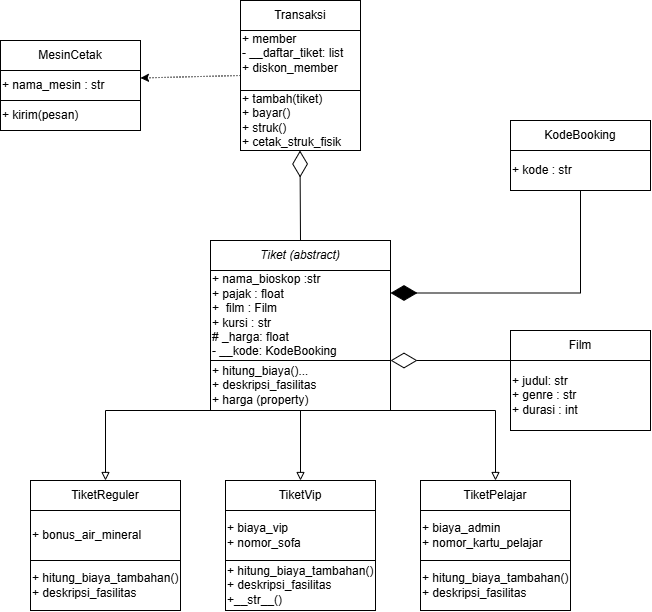
Earlier version of the draw.io export Posttest/Posttest-3/class_diagram_bioskop.png (Ahmad-Afif-4707/Praktikum-PBO). Source tidied: cells renumbered, new cells last; positions are measured from the earlier drawing's top-left corner, leaving out a move shared by most shapes. Source of this version:
```xml
<mxGraphModel>
  <root>
    <mxCell id="0" />
    <mxCell id="1" parent="0" />
    <mxCell id="2" value="Transaksi" style="rounded=0;whiteSpace=wrap;html=1;" parent="1" vertex="1">
      <mxGeometry x="240" width="120" height="30" as="geometry" />
    </mxCell>
    <mxCell id="3" style="edgeStyle=orthogonalEdgeStyle;rounded=0;orthogonalLoop=1;jettySize=auto;html=1;innerLoopWaypoints=1;exitX=0.5;exitY=1;exitDx=0;exitDy=0;defaultLabelBackgroundColor=page;" parent="1" edge="1" source="2" target="2">
      <mxGeometry relative="1" as="geometry" />
    </mxCell>
    <mxCell id="4" value="+ member&lt;div&gt;- __daftar_tiket: list&lt;/div&gt;&lt;div&gt;+ diskon_member&lt;/div&gt;&lt;div&gt;&lt;br&gt;&lt;/div&gt;" style="rounded=0;whiteSpace=wrap;html=1;align=left;" parent="1" vertex="1">
      <mxGeometry x="240" y="30" width="120" height="60" as="geometry" />
    </mxCell>
    <mxCell id="5" value="+ tambah(tiket)&lt;div&gt;+ bayar()&lt;/div&gt;&lt;div&gt;+ struk()&lt;/div&gt;&lt;div&gt;+ cetak_struk_fisik&lt;/div&gt;" style="rounded=0;whiteSpace=wrap;html=1;align=left;" parent="1" vertex="1">
      <mxGeometry x="240" y="90" width="120" height="60" as="geometry" />
    </mxCell>
    <mxCell id="6" value="&lt;i&gt;Tiket (abstract)&lt;/i&gt;" style="rounded=0;whiteSpace=wrap;html=1;" parent="1" vertex="1">
      <mxGeometry x="210" y="240" width="180" height="30" as="geometry" />
    </mxCell>
    <mxCell id="7" style="edgeStyle=orthogonalEdgeStyle;rounded=0;orthogonalLoop=1;jettySize=auto;html=1;innerLoopWaypoints=1;exitX=0.5;exitY=1;exitDx=0;exitDy=0;defaultLabelBackgroundColor=page;" parent="1" edge="1" source="6" target="6">
      <mxGeometry relative="1" as="geometry" />
    </mxCell>
    <mxCell id="8" value="+ nama_bioskop :str&lt;div&gt;+ pajak : float&lt;/div&gt;&lt;div&gt;+&amp;nbsp; film : Film&lt;/div&gt;&lt;div&gt;+ kursi : str&lt;/div&gt;&lt;div&gt;# _harga: float&lt;/div&gt;&lt;div&gt;- __kode: KodeBooking&lt;/div&gt;" style="rounded=0;whiteSpace=wrap;html=1;align=left;" parent="1" vertex="1">
      <mxGeometry x="210" y="270" width="180" height="90" as="geometry" />
    </mxCell>
    <mxCell id="9" value="+ hitung_biaya()...&lt;div&gt;+ deskripsi_fasilitas&lt;/div&gt;&lt;div&gt;+ harga (property)&lt;/div&gt;" style="rounded=0;whiteSpace=wrap;html=1;align=left;" parent="1" vertex="1">
      <mxGeometry x="210" y="360" width="180" height="50" as="geometry" />
    </mxCell>
    <mxCell id="10" value="KodeBooking" style="rounded=0;whiteSpace=wrap;html=1;" parent="1" vertex="1">
      <mxGeometry x="510" y="120" width="140" height="30" as="geometry" />
    </mxCell>
    <mxCell id="11" style="edgeStyle=orthogonalEdgeStyle;rounded=0;orthogonalLoop=1;jettySize=auto;html=1;innerLoopWaypoints=1;exitX=0.5;exitY=1;exitDx=0;exitDy=0;defaultLabelBackgroundColor=page;" parent="1" edge="1" source="10" target="10">
      <mxGeometry relative="1" as="geometry" />
    </mxCell>
    <mxCell id="12" value="&lt;div&gt;+ kode : str&lt;/div&gt;" style="rounded=0;whiteSpace=wrap;html=1;align=left;" parent="1" vertex="1">
      <mxGeometry x="510" y="150" width="140" height="40" as="geometry" />
    </mxCell>
    <mxCell id="13" value="Film" style="rounded=0;whiteSpace=wrap;html=1;" parent="1" vertex="1">
      <mxGeometry x="510" y="330" width="140" height="30" as="geometry" />
    </mxCell>
    <mxCell id="14" style="edgeStyle=orthogonalEdgeStyle;rounded=0;orthogonalLoop=1;jettySize=auto;html=1;innerLoopWaypoints=1;exitX=0.5;exitY=1;exitDx=0;exitDy=0;defaultLabelBackgroundColor=page;" parent="1" edge="1" source="13" target="13">
      <mxGeometry relative="1" as="geometry" />
    </mxCell>
    <mxCell id="15" value="&lt;div&gt;+ judul: str&lt;/div&gt;&lt;div&gt;+ genre : str&lt;/div&gt;&lt;div&gt;+ durasi : int&lt;/div&gt;" style="rounded=0;whiteSpace=wrap;html=1;align=left;" parent="1" vertex="1">
      <mxGeometry x="510" y="360" width="140" height="70" as="geometry" />
    </mxCell>
    <mxCell id="16" value="TiketReguler" style="rounded=0;whiteSpace=wrap;html=1;" parent="1" vertex="1">
      <mxGeometry x="30" y="480" width="150" height="30" as="geometry" />
    </mxCell>
    <mxCell id="17" style="edgeStyle=orthogonalEdgeStyle;rounded=0;orthogonalLoop=1;jettySize=auto;html=1;innerLoopWaypoints=1;exitX=0.5;exitY=1;exitDx=0;exitDy=0;defaultLabelBackgroundColor=page;" parent="1" edge="1" source="16" target="16">
      <mxGeometry relative="1" as="geometry" />
    </mxCell>
    <mxCell id="18" value="+ bonus_air_mineral" style="rounded=0;whiteSpace=wrap;html=1;align=left;" parent="1" vertex="1">
      <mxGeometry x="30" y="510" width="150" height="50" as="geometry" />
    </mxCell>
    <mxCell id="19" value="+ hitung_biaya_tambahan()&lt;div&gt;+ deskripsi_fasilitas&lt;/div&gt;" style="rounded=0;whiteSpace=wrap;html=1;align=left;" parent="1" vertex="1">
      <mxGeometry x="30" y="560" width="150" height="50" as="geometry" />
    </mxCell>
    <mxCell id="20" value="TiketVip" style="rounded=0;whiteSpace=wrap;html=1;" parent="1" vertex="1">
      <mxGeometry x="225" y="480" width="150" height="30" as="geometry" />
    </mxCell>
    <mxCell id="21" style="edgeStyle=orthogonalEdgeStyle;rounded=0;orthogonalLoop=1;jettySize=auto;html=1;innerLoopWaypoints=1;exitX=0.5;exitY=1;exitDx=0;exitDy=0;defaultLabelBackgroundColor=page;" parent="1" edge="1" source="20" target="20">
      <mxGeometry relative="1" as="geometry" />
    </mxCell>
    <mxCell id="22" value="+ biaya_vip&lt;div&gt;+ nomor_sofa&lt;/div&gt;" style="rounded=0;whiteSpace=wrap;html=1;align=left;" parent="1" vertex="1">
      <mxGeometry x="225" y="510" width="150" height="50" as="geometry" />
    </mxCell>
    <mxCell id="23" value="+ hitung_biaya_tambahan()&lt;div&gt;+ deskripsi_fasilitas&lt;/div&gt;&lt;div&gt;+__str__()&lt;/div&gt;" style="rounded=0;whiteSpace=wrap;html=1;align=left;" parent="1" vertex="1">
      <mxGeometry x="225" y="560" width="150" height="50" as="geometry" />
    </mxCell>
    <mxCell id="24" value="TiketPelajar" style="rounded=0;whiteSpace=wrap;html=1;" parent="1" vertex="1">
      <mxGeometry x="420" y="480" width="150" height="30" as="geometry" />
    </mxCell>
    <mxCell id="25" style="edgeStyle=orthogonalEdgeStyle;rounded=0;orthogonalLoop=1;jettySize=auto;html=1;innerLoopWaypoints=1;exitX=0.5;exitY=1;exitDx=0;exitDy=0;defaultLabelBackgroundColor=page;" parent="1" edge="1" source="24" target="24">
      <mxGeometry relative="1" as="geometry" />
    </mxCell>
    <mxCell id="26" value="+ biaya_admin&lt;div&gt;+ nomor_kartu_pelajar&lt;/div&gt;" style="rounded=0;whiteSpace=wrap;html=1;align=left;" parent="1" vertex="1">
      <mxGeometry x="420" y="510" width="150" height="50" as="geometry" />
    </mxCell>
    <mxCell id="27" value="+ hitung_biaya_tambahan()&lt;div&gt;+ deskripsi_fasilitas&lt;/div&gt;" style="rounded=0;whiteSpace=wrap;html=1;align=left;" parent="1" vertex="1">
      <mxGeometry x="420" y="560" width="150" height="50" as="geometry" />
    </mxCell>
    <mxCell id="28" value="MesinCetak" style="rounded=0;whiteSpace=wrap;html=1;" parent="1" vertex="1">
      <mxGeometry y="40" width="140" height="30" as="geometry" />
    </mxCell>
    <mxCell id="29" style="edgeStyle=orthogonalEdgeStyle;rounded=0;orthogonalLoop=1;jettySize=auto;html=1;innerLoopWaypoints=1;exitX=0.5;exitY=1;exitDx=0;exitDy=0;defaultLabelBackgroundColor=page;" parent="1" edge="1" source="28" target="28">
      <mxGeometry relative="1" as="geometry" />
    </mxCell>
    <mxCell id="30" value="+ nama_mesin : str" style="rounded=0;whiteSpace=wrap;html=1;align=left;" parent="1" vertex="1">
      <mxGeometry y="70" width="140" height="30" as="geometry" />
    </mxCell>
    <mxCell id="31" value="+ kirim(pesan)" style="rounded=0;whiteSpace=wrap;html=1;align=left;" parent="1" vertex="1">
      <mxGeometry y="100" width="140" height="30" as="geometry" />
    </mxCell>
    <mxCell id="32" style="endArrow=block;html=1;rounded=0;defaultLabelBackgroundColor=page;endFill=0;exitX=0.5;exitY=1;exitDx=0;exitDy=0;entryX=0.5;entryY=0;entryDx=0;entryDy=0;" parent="1" edge="1" source="9" target="20">
      <mxGeometry relative="1" as="geometry" />
    </mxCell>
    <mxCell id="33" style="endArrow=block;html=1;rounded=0;defaultLabelBackgroundColor=page;endFill=0;entryX=0.5;entryY=0;entryDx=0;entryDy=0;exitX=0.5;exitY=1;exitDx=0;exitDy=0;" parent="1" edge="1" source="9" target="16">
      <mxGeometry x="-0.02" relative="1" as="geometry">
        <Array as="points">
          <mxPoint x="105" y="410" />
        </Array>
      </mxGeometry>
    </mxCell>
    <mxCell id="34" style="endArrow=block;html=1;rounded=0;defaultLabelBackgroundColor=page;endFill=0;entryX=0.5;entryY=0;entryDx=0;entryDy=0;exitX=0.5;exitY=1;exitDx=0;exitDy=0;" parent="1" edge="1" source="9" target="24">
      <mxGeometry x="-0.02" relative="1" as="geometry">
        <Array as="points">
          <mxPoint x="495" y="410" />
        </Array>
      </mxGeometry>
    </mxCell>
    <mxCell id="35" style="endArrow=classic;html=1;rounded=0;defaultLabelBackgroundColor=page;dashed=1;dashPattern=1 2;exitX=0;exitY=0.75;exitDx=0;exitDy=0;entryX=1;entryY=0.25;entryDx=0;entryDy=0;" parent="1" edge="1" source="4" target="30">
      <mxGeometry relative="1" as="geometry" />
    </mxCell>
    <mxCell id="36" style="endArrow=diamondThin;endFill=1;endSize=24;html=1;rounded=0;defaultLabelBackgroundColor=page;entryX=1;entryY=0.25;entryDx=0;entryDy=0;exitX=0.5;exitY=1;exitDx=0;exitDy=0;" parent="1" edge="1" source="12" target="8">
      <mxGeometry relative="1" as="geometry">
        <Array as="points">
          <mxPoint x="580" y="292.5" />
        </Array>
      </mxGeometry>
    </mxCell>
    <mxCell id="37" style="endArrow=diamondThin;endFill=0;endSize=24;html=1;rounded=0;defaultLabelBackgroundColor=page;entryX=0.5;entryY=1;entryDx=0;entryDy=0;exitX=0.5;exitY=0;exitDx=0;exitDy=0;" parent="1" edge="1" source="6">
      <mxGeometry relative="1" as="geometry">
        <mxPoint x="299.5" y="150" as="targetPoint" />
      </mxGeometry>
    </mxCell>
    <mxCell id="38" style="endArrow=diamondThin;endFill=0;endSize=24;html=1;rounded=0;defaultLabelBackgroundColor=page;entryX=1;entryY=1;entryDx=0;entryDy=0;exitX=0;exitY=0;exitDx=0;exitDy=0;" parent="1" edge="1" source="15" target="8">
      <mxGeometry relative="1" as="geometry" />
    </mxCell>
  </root>
</mxGraphModel>
```
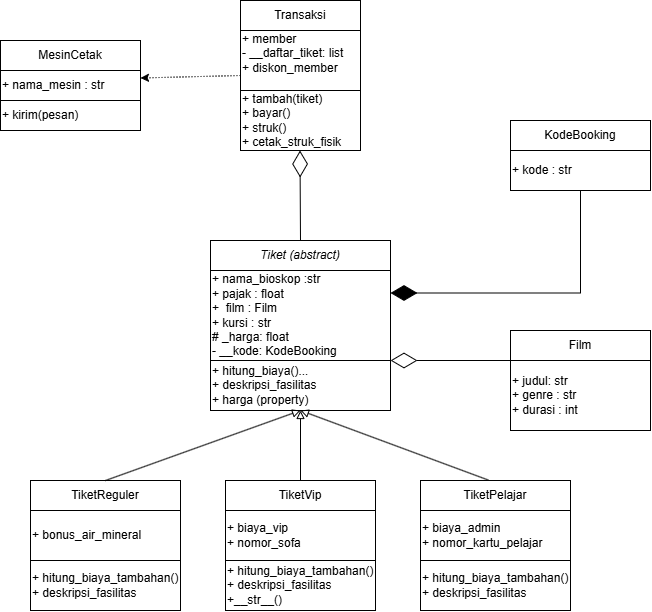
After the commit.

Commit message:
perbaikan diagram

Change to the diagram source:
```diff
@@ -92,23 +92,6 @@
     <mxCell id="31" value="+ kirim(pesan)" style="rounded=0;whiteSpace=wrap;html=1;align=left;" parent="1" vertex="1">
       <mxGeometry y="100" width="140" height="30" as="geometry" />
     </mxCell>
-    <mxCell id="32" style="endArrow=block;html=1;rounded=0;defaultLabelBackgroundColor=page;endFill=0;exitX=0.5;exitY=1;exitDx=0;exitDy=0;entryX=0.5;entryY=0;entryDx=0;entryDy=0;" parent="1" edge="1" source="9" target="20">
-      <mxGeometry relative="1" as="geometry" />
-    </mxCell>
-    <mxCell id="33" style="endArrow=block;html=1;rounded=0;defaultLabelBackgroundColor=page;endFill=0;entryX=0.5;entryY=0;entryDx=0;entryDy=0;exitX=0.5;exitY=1;exitDx=0;exitDy=0;" parent="1" edge="1" source="9" target="16">
-      <mxGeometry x="-0.02" relative="1" as="geometry">
-        <Array as="points">
-          <mxPoint x="105" y="410" />
-        </Array>
-      </mxGeometry>
-    </mxCell>
-    <mxCell id="34" style="endArrow=block;html=1;rounded=0;defaultLabelBackgroundColor=page;endFill=0;entryX=0.5;entryY=0;entryDx=0;entryDy=0;exitX=0.5;exitY=1;exitDx=0;exitDy=0;" parent="1" edge="1" source="9" target="24">
-      <mxGeometry x="-0.02" relative="1" as="geometry">
-        <Array as="points">
-          <mxPoint x="495" y="410" />
-        </Array>
-      </mxGeometry>
-    </mxCell>
     <mxCell id="35" style="endArrow=classic;html=1;rounded=0;defaultLabelBackgroundColor=page;dashed=1;dashPattern=1 2;exitX=0;exitY=0.75;exitDx=0;exitDy=0;entryX=1;entryY=0.25;entryDx=0;entryDy=0;" parent="1" edge="1" source="4" target="30">
       <mxGeometry relative="1" as="geometry" />
     </mxCell>
@@ -127,5 +110,14 @@
     <mxCell id="38" style="endArrow=diamondThin;endFill=0;endSize=24;html=1;rounded=0;defaultLabelBackgroundColor=page;entryX=1;entryY=1;entryDx=0;entryDy=0;exitX=0;exitY=0;exitDx=0;exitDy=0;" parent="1" edge="1" source="15" target="8">
       <mxGeometry relative="1" as="geometry" />
     </mxCell>
+    <mxCell id="39" style="endArrow=block;html=1;rounded=0;defaultLabelBackgroundColor=page;exitX=0.5;exitY=0;exitDx=0;exitDy=0;entryX=0.5;entryY=1;entryDx=0;entryDy=0;endFill=0;" parent="1" edge="1" source="16" target="9">
+      <mxGeometry relative="1" as="geometry" />
+    </mxCell>
+    <mxCell id="40" style="endArrow=block;html=1;rounded=0;defaultLabelBackgroundColor=page;exitX=0.5;exitY=0;exitDx=0;exitDy=0;entryX=0.5;entryY=1;entryDx=0;entryDy=0;endFill=0;" parent="1" edge="1" source="20" target="9">
+      <mxGeometry relative="1" as="geometry" />
+    </mxCell>
+    <mxCell id="41" style="endArrow=block;html=1;rounded=0;defaultLabelBackgroundColor=page;exitX=0.452;exitY=-0.015;exitDx=0;exitDy=0;exitPerimeter=0;entryX=0.5;entryY=1;entryDx=0;entryDy=0;endFill=0;" parent="1" edge="1" source="24" target="9">
+      <mxGeometry relative="1" as="geometry" />
+    </mxCell>
   </root>
 </mxGraphModel>
```
